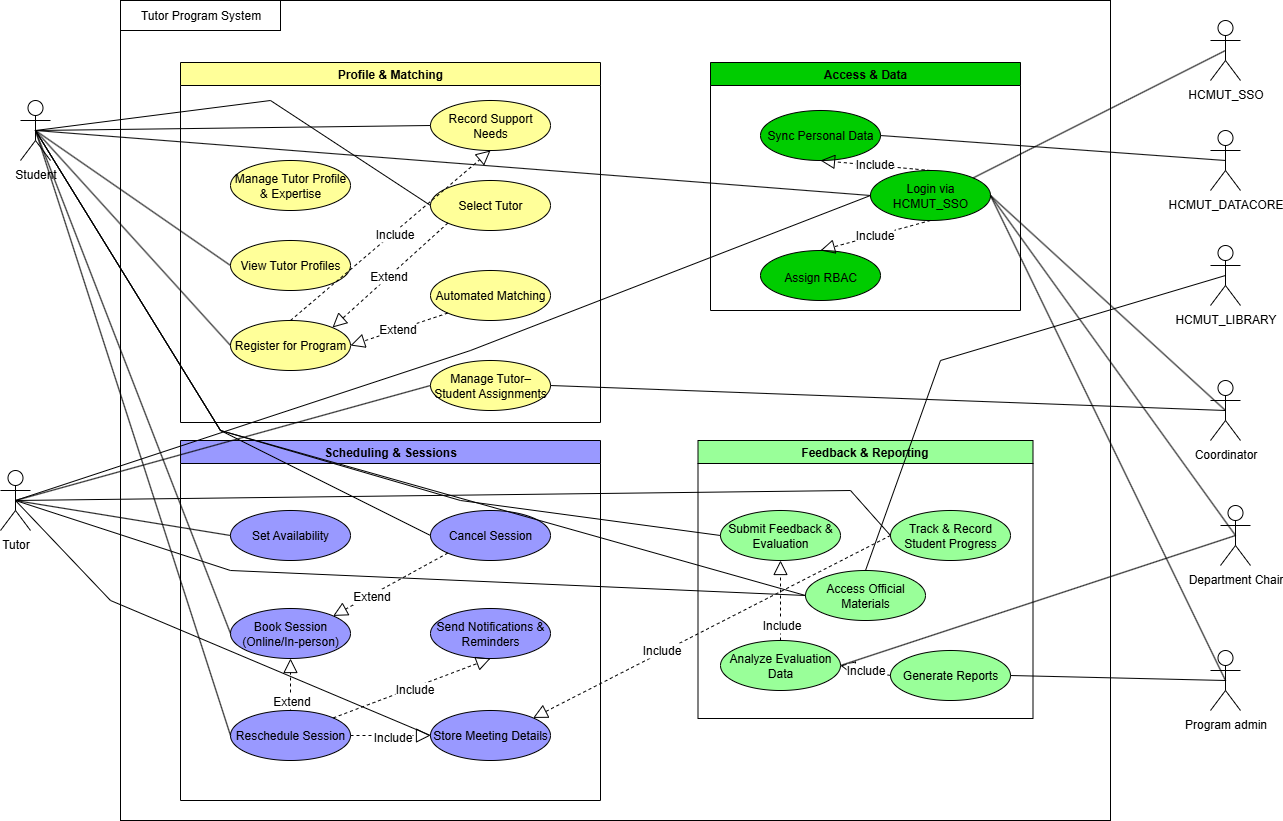
The draw.io diagram images/usecase-general.png in longhitoshi2005/Software_engineering-Assigment-251, before a commit. Source tidied: cells renumbered, new cells last; positions are measured from the earlier drawing's top-left corner, leaving out a move shared by most shapes.
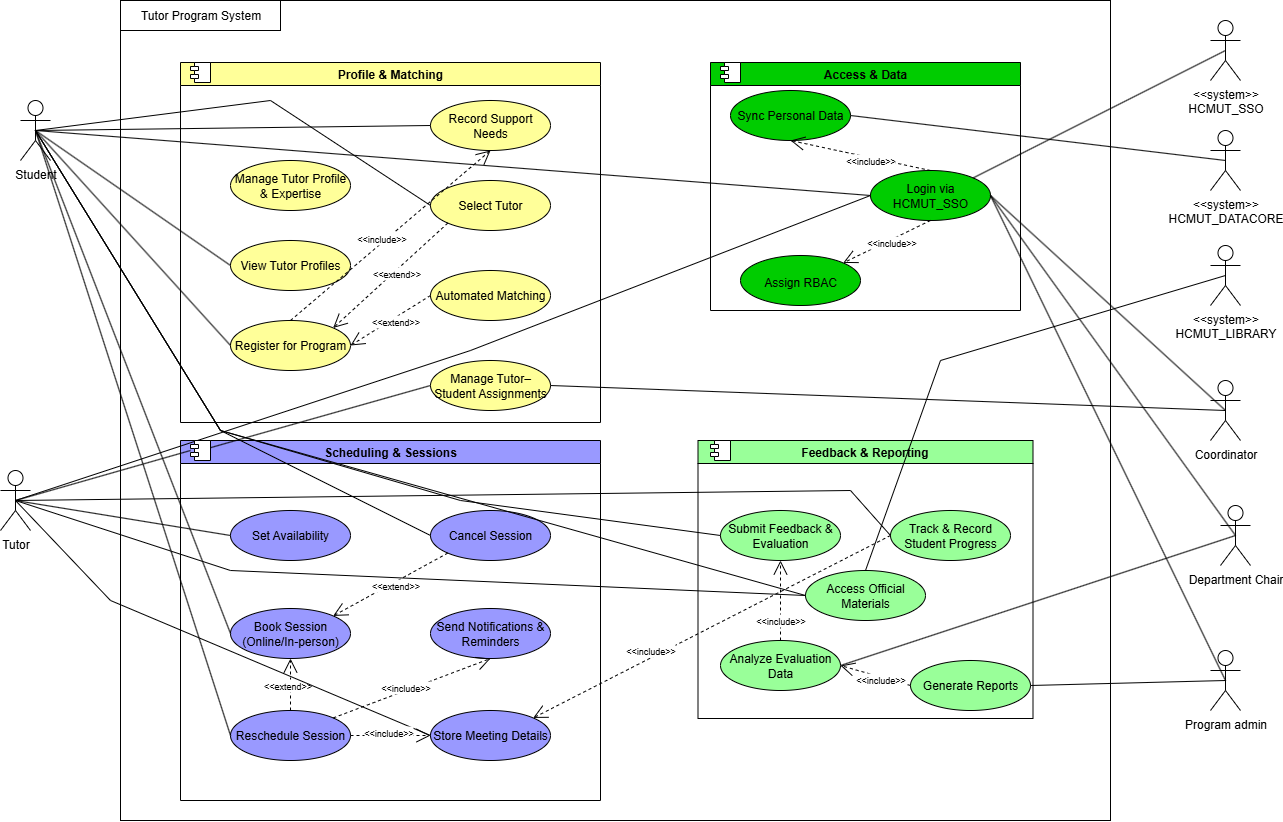
After the commit.

Diff of the diagram source:
```diff
@@ -26,13 +26,13 @@
     <mxCell id="9" value="Program admin" style="shape=umlActor;verticalLabelPosition=bottom;verticalAlign=top;html=1;outlineConnect=0;fontSize=12;" parent="1" vertex="1">
       <mxGeometry x="1210" y="650" width="30" height="60" as="geometry" />
     </mxCell>
-    <mxCell id="10" value="HCMUT_SSO" style="shape=umlActor;verticalLabelPosition=bottom;verticalAlign=top;html=1;outlineConnect=0;fontSize=12;" parent="1" vertex="1">
+    <mxCell id="10" value="&lt;div&gt;&amp;lt;&amp;lt;system&amp;gt;&amp;gt;&lt;/div&gt;HCMUT_SSO" style="shape=umlActor;verticalLabelPosition=bottom;verticalAlign=top;html=1;outlineConnect=0;fontSize=12;" parent="1" vertex="1">
       <mxGeometry x="1210" y="20" width="30" height="60" as="geometry" />
     </mxCell>
-    <mxCell id="11" value="HCMUT_DATACORE" style="shape=umlActor;verticalLabelPosition=bottom;verticalAlign=top;html=1;outlineConnect=0;fontSize=12;" parent="1" vertex="1">
+    <mxCell id="11" value="&lt;div&gt;&amp;lt;&amp;lt;system&amp;gt;&amp;gt;&lt;/div&gt;HCMUT_DATACORE" style="shape=umlActor;verticalLabelPosition=bottom;verticalAlign=top;html=1;outlineConnect=0;fontSize=12;" parent="1" vertex="1">
       <mxGeometry x="1210" y="130" width="30" height="60" as="geometry" />
     </mxCell>
-    <mxCell id="12" value="HCMUT_LIBRARY" style="shape=umlActor;verticalLabelPosition=bottom;verticalAlign=top;html=1;outlineConnect=0;fontSize=12;" parent="1" vertex="1">
+    <mxCell id="12" value="&lt;div&gt;&amp;lt;&amp;lt;system&amp;gt;&amp;gt;&lt;/div&gt;HCMUT_LIBRARY" style="shape=umlActor;verticalLabelPosition=bottom;verticalAlign=top;html=1;outlineConnect=0;fontSize=12;" parent="1" vertex="1">
       <mxGeometry x="1210" y="245" width="30" height="60" as="geometry" />
     </mxCell>
     <mxCell id="13" value="Access &amp;amp; Data" style="swimlane;whiteSpace=wrap;html=1;startSize=23;fillColor=#00CC00;fontSize=12;" parent="1" vertex="1">
@@ -41,11 +41,14 @@
     <mxCell id="14" value="&lt;br&gt;Login via HCMUT_SSO&lt;div&gt;&lt;br&gt;&lt;/div&gt;" style="ellipse;whiteSpace=wrap;html=1;align=center;fillColor=#00CC00;fontSize=12;" parent="13" vertex="1">
       <mxGeometry x="160" y="108" width="120" height="50" as="geometry" />
     </mxCell>
+    <mxCell id="87" style="shape=component;jettyWidth=8;jettyHeight=4;" parent="13" vertex="1">
+      <mxGeometry x="10" width="20" height="20" as="geometry" />
+    </mxCell>
     <mxCell id="15" value="&lt;div style=&quot;text-align: left;&quot;&gt;Sync Personal Data&lt;/div&gt;" style="ellipse;whiteSpace=wrap;html=1;align=center;fillColor=#00CC00;fontSize=12;" parent="1" vertex="1">
-      <mxGeometry x="760" y="110" width="120" height="50" as="geometry" />
+      <mxGeometry x="730" y="90" width="120" height="50" as="geometry" />
     </mxCell>
     <mxCell id="16" value="&lt;div&gt;&lt;br&gt;&lt;/div&gt;&lt;div&gt;Assign RBAC&lt;/div&gt;&lt;p&gt;&lt;/p&gt;" style="ellipse;whiteSpace=wrap;html=1;align=center;fillColor=#00CC00;fontSize=12;" parent="1" vertex="1">
-      <mxGeometry x="760" y="250" width="120" height="50" as="geometry" />
+      <mxGeometry x="740" y="255" width="120" height="50" as="geometry" />
     </mxCell>
     <mxCell id="17" value="Profile &amp;amp; Matching" style="swimlane;whiteSpace=wrap;html=1;startSize=23;fillColor=#FFFF99;fontSize=12;" parent="1" vertex="1">
       <mxGeometry x="180" y="62" width="420" height="360" as="geometry" />
@@ -65,6 +68,9 @@
     <mxCell id="22" value="Manage Tutor–Student Assignments" style="ellipse;whiteSpace=wrap;html=1;align=center;fillColor=#FFFF99;fontSize=12;" parent="17" vertex="1">
       <mxGeometry x="250" y="298" width="120" height="50" as="geometry" />
     </mxCell>
+    <mxCell id="88" style="shape=component;jettyWidth=8;jettyHeight=4;" parent="17" vertex="1">
+      <mxGeometry x="10" width="20" height="20" as="geometry" />
+    </mxCell>
     <mxCell id="23" value="Register for Program" style="ellipse;whiteSpace=wrap;html=1;align=center;fillColor=#FFFF99;fontSize=12;" parent="1" vertex="1">
       <mxGeometry x="230" y="320" width="120" height="50" as="geometry" />
     </mxCell>
@@ -81,22 +87,17 @@
       <mxGeometry x="22.5" y="200" width="120" height="50" as="geometry" />
     </mxCell>
     <mxCell id="28" value="&lt;div&gt;Generate Reports&lt;/div&gt;" style="ellipse;whiteSpace=wrap;html=1;align=center;fillColor=#99FF99;fontSize=12;" parent="25" vertex="1">
-      <mxGeometry x="192.5" y="210" width="120" height="50" as="geometry" />
+      <mxGeometry x="212.5" y="220" width="120" height="50" as="geometry" />
     </mxCell>
-    <mxCell id="29" style="endArrow=block;dashed=1;endFill=0;endSize=12;html=1;rounded=0;exitX=0.5;exitY=0;exitDx=0;exitDy=0;entryX=0.5;entryY=1;entryDx=0;entryDy=0;fillColor=#99FF99;fontSize=12;" parent="25" edge="1" source="27" target="26">
-      <mxGeometry relative="1" as="geometry" />
+    <mxCell id="29" value="&lt;font style=&quot;font-size: 9px;&quot;&gt;&amp;lt;&amp;lt;include&amp;gt;&amp;gt;&lt;/font&gt;" style="endArrow=open;endSize=12;dashed=1;html=1;rounded=0;exitX=0.5;exitY=0;exitDx=0;exitDy=0;entryX=0.5;entryY=1;entryDx=0;entryDy=0;" parent="25" edge="1" source="27" target="26">
+      <mxGeometry x="-0.5" relative="1" as="geometry" />
     </mxCell>
-    <mxCell id="30" value="Include" style="edgeLabel;html=1;align=center;verticalAlign=middle;fillColor=#99FF99;fontSize=12;" parent="29" vertex="1">
-      <mxGeometry x="0.03" y="-1" relative="1" as="geometry">
-        <mxPoint x="-1" y="26" as="offset" />
-      </mxGeometry>
-    </mxCell>
-    <mxCell id="31" style="endArrow=block;dashed=1;endFill=0;endSize=12;html=1;rounded=0;exitX=0;exitY=0.5;exitDx=0;exitDy=0;entryX=1;entryY=0.5;entryDx=0;entryDy=0;fillColor=#99FF99;fontSize=12;" parent="25" edge="1" source="28" target="27">
-      <mxGeometry relative="1" as="geometry" />
+    <mxCell id="31" value="&lt;font style=&quot;font-size: 9px;&quot;&gt;&amp;lt;&amp;lt;include&amp;gt;&amp;gt;&lt;/font&gt;" style="endArrow=open;endSize=12;dashed=1;html=1;rounded=0;exitX=0;exitY=0.5;exitDx=0;exitDy=0;entryX=1;entryY=0.5;entryDx=0;entryDy=0;" parent="25" edge="1" source="28" target="27">
+      <mxGeometry x="-0.17" y="3" relative="1" as="geometry" />
     </mxCell>
-    <mxCell id="32" value="Include" style="edgeLabel;html=1;align=center;verticalAlign=middle;fillColor=#99FF99;fontSize=12;" parent="31" vertex="1">
-      <mxGeometry x="0.03" y="-1" relative="1" as="geometry" />
-    </mxCell>
+    <mxCell id="89" style="shape=component;jettyWidth=8;jettyHeight=4;" parent="25" vertex="1">
+      <mxGeometry x="12.5" width="20" height="20" as="geometry" />
+    </mxCell>
     <mxCell id="33" value="Scheduling &amp;amp; Sessions" style="swimlane;whiteSpace=wrap;html=1;startSize=23;fillColor=#9999FF;fontSize=12;" parent="1" vertex="1">
       <mxGeometry x="180" y="440" width="420" height="360" as="geometry" />
     </mxCell>
@@ -115,28 +116,15 @@
     <mxCell id="38" value="Send Notifications &amp;amp; Reminders" style="ellipse;whiteSpace=wrap;html=1;align=center;fillColor=#9999FF;fontSize=12;" parent="33" vertex="1">
       <mxGeometry x="250" y="168" width="120" height="50" as="geometry" />
     </mxCell>
+    <mxCell id="43" value="&lt;font style=&quot;font-size: 9px;&quot;&gt;&amp;lt;&amp;lt;include&amp;gt;&amp;gt;&lt;/font&gt;" style="endArrow=open;endSize=12;dashed=1;html=1;rounded=0;exitX=1;exitY=0;exitDx=0;exitDy=0;entryX=0.5;entryY=1;entryDx=0;entryDy=0;" parent="33" edge="1" source="36" target="38">
+      <mxGeometry x="-0.07" y="3" relative="1" as="geometry" />
+    </mxCell>
+    <mxCell id="41" value="&lt;font style=&quot;font-size: 9px;&quot;&gt;&amp;lt;&amp;lt;extend&amp;gt;&amp;gt;&lt;/font&gt;" style="endArrow=open;endSize=12;dashed=1;html=1;rounded=0;exitX=0;exitY=1;exitDx=0;exitDy=0;entryX=1;entryY=0;entryDx=0;entryDy=0;" parent="33" edge="1" source="37" target="35">
+      <mxGeometry x="-0.07" y="3" relative="1" as="geometry" />
+    </mxCell>
-    <mxCell id="39" style="endArrow=block;dashed=1;endFill=0;endSize=12;html=1;rounded=0;exitX=0.5;exitY=0;exitDx=0;exitDy=0;entryX=0.5;entryY=1;entryDx=0;entryDy=0;fillColor=#9999FF;fontSize=12;" parent="33" edge="1" source="36" target="35">
-      <mxGeometry relative="1" as="geometry" />
+    <mxCell id="39" value="&lt;font style=&quot;font-size: 9px;&quot;&gt;&amp;lt;&amp;lt;extend&amp;gt;&amp;gt;&lt;/font&gt;" style="endArrow=open;endSize=12;dashed=1;html=1;rounded=0;exitX=0.5;exitY=0;exitDx=0;exitDy=0;entryX=0.5;entryY=1;entryDx=0;entryDy=0;" parent="33" edge="1" source="36" target="35">
+      <mxGeometry x="-0.07" y="3" relative="1" as="geometry" />
     </mxCell>
-    <mxCell id="40" value="Extend" style="edgeLabel;html=1;align=center;verticalAlign=middle;fillColor=#9999FF;fontSize=12;" parent="39" vertex="1">
-      <mxGeometry x="0.03" y="-1" relative="1" as="geometry">
-        <mxPoint x="-1" y="17" as="offset" />
-      </mxGeometry>
-    </mxCell>
-    <mxCell id="41" style="endArrow=block;dashed=1;endFill=0;endSize=12;html=1;rounded=0;exitX=0;exitY=1;exitDx=0;exitDy=0;entryX=1;entryY=0;entryDx=0;entryDy=0;fillColor=#9999FF;fontSize=12;" parent="33" edge="1" source="37" target="35">
-      <mxGeometry relative="1" as="geometry" />
-    </mxCell>
-    <mxCell id="42" value="Extend" style="edgeLabel;html=1;align=center;verticalAlign=middle;fillColor=#9999FF;fontSize=12;" parent="41" vertex="1">
-      <mxGeometry x="0.03" y="-1" relative="1" as="geometry">
-        <mxPoint x="-18" y="11" as="offset" />
-      </mxGeometry>
-    </mxCell>
-    <mxCell id="43" style="endArrow=block;dashed=1;endFill=0;endSize=12;html=1;rounded=0;exitX=1;exitY=0;exitDx=0;exitDy=0;entryX=0.5;entryY=1;entryDx=0;entryDy=0;fillColor=#9999FF;fontSize=12;" parent="33" edge="1" source="36" target="38">
-      <mxGeometry relative="1" as="geometry" />
-    </mxCell>
-    <mxCell id="44" value="Include" style="edgeLabel;html=1;align=center;verticalAlign=middle;fillColor=#9999FF;fontSize=12;" parent="43" vertex="1">
-      <mxGeometry x="0.03" y="-1" relative="1" as="geometry" />
-    </mxCell>
     <mxCell id="45" value="Store Meeting Details" style="ellipse;whiteSpace=wrap;html=1;align=center;fillColor=#9999FF;fontSize=12;" parent="1" vertex="1">
       <mxGeometry x="430" y="710" width="120" height="50" as="geometry" />
     </mxCell>
@@ -203,7 +191,7 @@
     <mxCell id="59" style="endArrow=none;html=1;rounded=0;exitX=0.5;exitY=0.5;exitDx=0;exitDy=0;exitPerimeter=0;entryX=0;entryY=0.5;entryDx=0;entryDy=0;fontSize=12;" parent="1" edge="1" source="5" target="34">
       <mxGeometry relative="1" as="geometry" />
     </mxCell>
-    <mxCell id="60" style="endArrow=none;html=1;rounded=0;exitX=0.5;exitY=0.5;exitDx=0;exitDy=0;exitPerimeter=0;entryX=0;entryY=0.5;entryDx=0;entryDy=0;fontSize=12;" parent="1" edge="1" source="5" target="22">
+    <mxCell id="60" style="endArrow=none;html=1;rounded=0;exitX=0.5;exitY=0.5;exitDx=0;exitDy=0;exitPerimeter=0;entryX=0;entryY=0.5;entryDx=0;entryDy=0;fontSize=12;" parent="1" edge="1" source="92" target="22">
       <mxGeometry relative="1" as="geometry" />
     </mxCell>
     <mxCell id="61" style="endArrow=none;html=1;rounded=0;exitX=0.5;exitY=0.5;exitDx=0;exitDy=0;exitPerimeter=0;entryX=0;entryY=0.5;entryDx=0;entryDy=0;fontSize=12;" parent="1" edge="1" source="5" target="45">
@@ -258,51 +246,32 @@
         </Array>
       </mxGeometry>
     </mxCell>
-    <mxCell id="73" style="endArrow=block;dashed=1;endFill=0;endSize=12;html=1;rounded=0;exitX=0;exitY=1;exitDx=0;exitDy=0;fillColor=#FFFF99;fontSize=12;" parent="1" edge="1" source="24">
-      <mxGeometry relative="1" as="geometry">
-        <mxPoint x="332" y="327" as="targetPoint" />
-      </mxGeometry>
-    </mxCell>
-    <mxCell id="74" value="Extend" style="edgeLabel;html=1;align=center;verticalAlign=middle;fillColor=#FFFF99;fontSize=12;" parent="73" vertex="1">
-      <mxGeometry x="0.03" y="-1" relative="1" as="geometry" />
-    </mxCell>
+    <mxCell id="79" value="&lt;font style=&quot;font-size: 9px;&quot;&gt;&amp;lt;&amp;lt;include&amp;gt;&amp;gt;&lt;/font&gt;" style="endArrow=open;endSize=12;dashed=1;html=1;rounded=0;exitX=0.5;exitY=1;exitDx=0;exitDy=0;entryX=1;entryY=0;entryDx=0;entryDy=0;" parent="1" edge="1" source="14" target="16">
+      <mxGeometry x="-0.07" y="3" relative="1" as="geometry" />
+    </mxCell>
+    <mxCell id="77" value="&lt;font style=&quot;font-size: 9px;&quot;&gt;&amp;lt;&amp;lt;include&amp;gt;&amp;gt;&lt;/font&gt;" style="endArrow=open;endSize=12;dashed=1;html=1;rounded=0;exitX=0.5;exitY=0;exitDx=0;exitDy=0;entryX=0.5;entryY=1;entryDx=0;entryDy=0;" parent="1" edge="1" source="14" target="15">
+      <mxGeometry x="-0.15" y="3" relative="1" as="geometry" />
+    </mxCell>
+    <mxCell id="83" value="&lt;font style=&quot;font-size: 9px;&quot;&gt;&amp;lt;&amp;lt;include&amp;gt;&amp;gt;&lt;/font&gt;" style="endArrow=open;endSize=12;dashed=1;html=1;rounded=0;exitX=1;exitY=0.5;exitDx=0;exitDy=0;entryX=0;entryY=0.5;entryDx=0;entryDy=0;" parent="1" edge="1" source="36" target="45">
+      <mxGeometry x="-0.07" y="3" relative="1" as="geometry" />
+    </mxCell>
+    <mxCell id="85" value="&lt;font style=&quot;font-size: 9px;&quot;&gt;&amp;lt;&amp;lt;include&amp;gt;&amp;gt;&lt;/font&gt;" style="endArrow=open;endSize=12;dashed=1;html=1;rounded=0;exitX=0;exitY=0.5;exitDx=0;exitDy=0;entryX=1;entryY=0;entryDx=0;entryDy=0;" parent="1" edge="1" source="46" target="45">
+      <mxGeometry x="0.33" y="-7" relative="1" as="geometry" />
+    </mxCell>
+    <mxCell id="81" value="&lt;font style=&quot;font-size: 9px;&quot;&gt;&amp;lt;&amp;lt;include&amp;gt;&amp;gt;&lt;/font&gt;" style="endArrow=open;endSize=12;dashed=1;html=1;rounded=0;exitX=0.5;exitY=0;exitDx=0;exitDy=0;entryX=0.5;entryY=1;entryDx=0;entryDy=0;" parent="1" edge="1" source="23" target="20">
+      <mxGeometry x="-0.07" y="3" relative="1" as="geometry" />
+    </mxCell>
+    <mxCell id="90" value="&lt;font style=&quot;font-size: 9px;&quot;&gt;&amp;lt;&amp;lt;extend&amp;gt;&amp;gt;&lt;/font&gt;" style="endArrow=open;endSize=12;dashed=1;html=1;rounded=0;exitX=0;exitY=1;exitDx=0;exitDy=0;entryX=1;entryY=0;entryDx=0;entryDy=0;" parent="1" edge="1" source="24" target="23">
+      <mxGeometry x="-0.07" y="3" relative="1" as="geometry" />
+    </mxCell>
-    <mxCell id="75" style="endArrow=block;dashed=1;endFill=0;endSize=12;html=1;rounded=0;exitX=0;exitY=1;exitDx=0;exitDy=0;entryX=1;entryY=0.5;entryDx=0;entryDy=0;fillColor=#FFFF99;fontSize=12;" parent="1" edge="1" source="21" target="23">
-      <mxGeometry relative="1" as="geometry" />
+    <mxCell id="75" value="&lt;font style=&quot;font-size: 9px;&quot;&gt;&amp;lt;&amp;lt;extend&amp;gt;&amp;gt;&lt;/font&gt;" style="endArrow=open;endSize=12;dashed=1;html=1;rounded=0;exitX=0;exitY=0.5;exitDx=0;exitDy=0;entryX=1;entryY=0.5;entryDx=0;entryDy=0;" parent="1" edge="1" source="21" target="23">
+      <mxGeometry x="-0.07" y="3" relative="1" as="geometry" />
     </mxCell>
-    <mxCell id="76" value="Extend" style="edgeLabel;html=1;align=center;verticalAlign=middle;fillColor=#FFFF99;fontSize=12;" parent="75" vertex="1">
-      <mxGeometry x="0.03" y="-1" relative="1" as="geometry" />
-    </mxCell>
-    <mxCell id="77" style="endArrow=block;dashed=1;endFill=0;endSize=12;html=1;rounded=0;exitX=0.5;exitY=0;exitDx=0;exitDy=0;entryX=0.5;entryY=1;entryDx=0;entryDy=0;fillColor=#00CC00;fontSize=12;" parent="1" edge="1" source="14" target="15">
-      <mxGeometry relative="1" as="geometry" />
-    </mxCell>
-    <mxCell id="78" value="Include" style="edgeLabel;html=1;align=center;verticalAlign=middle;fillColor=#00CC00;fontSize=12;" parent="77" vertex="1">
-      <mxGeometry x="0.03" y="-1" relative="1" as="geometry" />
-    </mxCell>
-    <mxCell id="79" style="endArrow=block;dashed=1;endFill=0;endSize=12;html=1;rounded=0;exitX=0.5;exitY=1;exitDx=0;exitDy=0;entryX=0.5;entryY=0;entryDx=0;entryDy=0;fillColor=#00CC00;fontSize=12;" parent="1" edge="1" source="14" target="16">
-      <mxGeometry relative="1" as="geometry" />
-    </mxCell>
-    <mxCell id="80" value="Include" style="edgeLabel;html=1;align=center;verticalAlign=middle;fillColor=#00CC00;fontSize=12;" parent="79" vertex="1">
-      <mxGeometry x="0.03" y="-1" relative="1" as="geometry" />
-    </mxCell>
-    <mxCell id="81" style="endArrow=block;dashed=1;endFill=0;endSize=12;html=1;rounded=0;exitX=0.5;exitY=0;exitDx=0;exitDy=0;entryX=0.5;entryY=1;entryDx=0;entryDy=0;fillColor=#FFFF99;fontSize=12;" parent="1" edge="1" source="23" target="20">
-      <mxGeometry relative="1" as="geometry" />
-    </mxCell>
-    <mxCell id="82" value="Include" style="edgeLabel;html=1;align=center;verticalAlign=middle;fillColor=#FFFF99;fontSize=12;" parent="81" vertex="1">
-      <mxGeometry x="0.03" y="-1" relative="1" as="geometry" />
-    </mxCell>
-    <mxCell id="83" style="endArrow=block;dashed=1;endFill=0;endSize=12;html=1;rounded=0;exitX=1;exitY=0.5;exitDx=0;exitDy=0;entryX=0;entryY=0.5;entryDx=0;entryDy=0;fillColor=#9999FF;fontSize=12;" parent="1" edge="1" source="36" target="45">
-      <mxGeometry relative="1" as="geometry" />
-    </mxCell>
-    <mxCell id="84" value="Include" style="edgeLabel;html=1;align=center;verticalAlign=middle;fillColor=#9999FF;fontSize=12;" parent="83" vertex="1">
-      <mxGeometry x="0.03" y="-1" relative="1" as="geometry" />
-    </mxCell>
-    <mxCell id="85" style="endArrow=block;dashed=1;endFill=0;endSize=12;html=1;rounded=0;exitX=0;exitY=0.5;exitDx=0;exitDy=0;entryX=1;entryY=0;entryDx=0;entryDy=0;fontSize=12;" parent="1" edge="1" source="46" target="45">
-      <mxGeometry relative="1" as="geometry" />
-    </mxCell>
-    <mxCell id="86" value="Include" style="edgeLabel;html=1;align=center;verticalAlign=middle;fontSize=12;" parent="85" vertex="1">
-      <mxGeometry x="0.03" y="-1" relative="1" as="geometry">
-        <mxPoint x="-46" y="22" as="offset" />
-      </mxGeometry>
-    </mxCell>
+    <mxCell id="91" style="endArrow=none;html=1;rounded=0;exitX=0.5;exitY=0.5;exitDx=0;exitDy=0;exitPerimeter=0;entryX=0;entryY=0.5;entryDx=0;entryDy=0;fontSize=12;" parent="1" edge="1" source="5" target="92">
+      <mxGeometry relative="1" as="geometry" />
+    </mxCell>
+    <mxCell id="92" style="shape=component;jettyWidth=8;jettyHeight=4;" parent="1" vertex="1">
+      <mxGeometry x="190" y="440" width="20" height="20" as="geometry" />
+    </mxCell>
   </root>
 </mxGraphModel>
```
